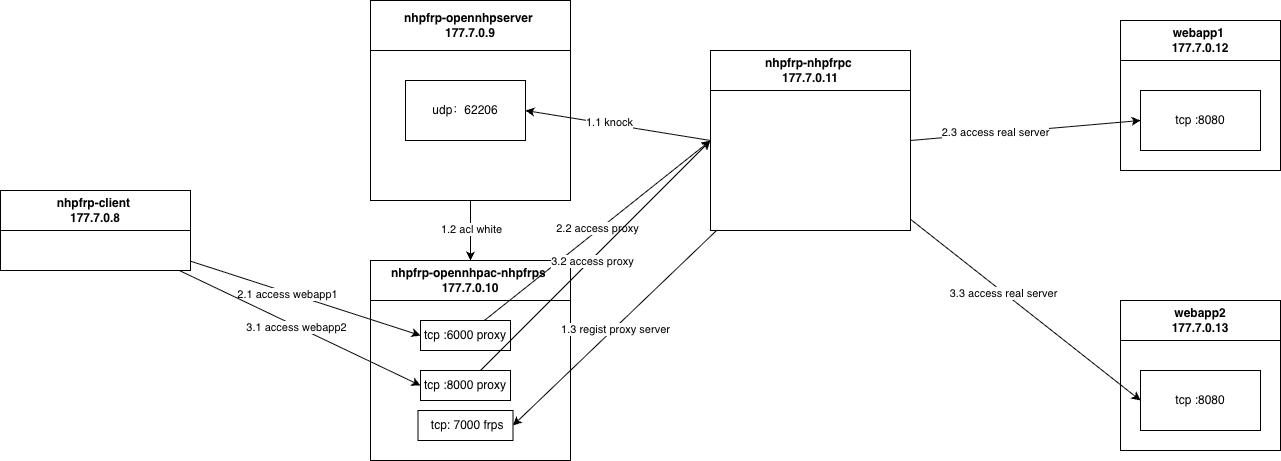
Above: docker/poc.png in xiake468/nhp-frp (draw.io), before the change. Source tidied: cells renumbered, new cells last; positions are measured from the earlier drawing's top-left corner, leaving out a move shared by most shapes. The source it was exported from:
```xml
<mxGraphModel>
  <root>
    <mxCell id="0" />
    <mxCell id="1" parent="0" />
    <mxCell id="2" style="rounded=0;jettySize=auto;html=1;entryX=0;entryY=0.5;entryDx=0;entryDy=0;" parent="1" edge="1" source="6" target="12">
      <mxGeometry relative="1" as="geometry" />
    </mxCell>
    <mxCell id="3" value="2.1 access webapp1" style="edgeLabel;html=1;align=center;verticalAlign=middle;" parent="2" vertex="1">
      <mxGeometry x="-0.16" y="-2" relative="1" as="geometry" />
    </mxCell>
    <mxCell id="4" style="rounded=0;jettySize=auto;html=1;entryX=0;entryY=0.5;entryDx=0;entryDy=0;" parent="1" edge="1" source="6" target="13">
      <mxGeometry relative="1" as="geometry" />
    </mxCell>
    <mxCell id="5" value="3.1 access webapp2" style="edgeLabel;html=1;align=center;verticalAlign=middle;" parent="4" vertex="1">
      <mxGeometry x="-0.02" y="-1" relative="1" as="geometry" />
    </mxCell>
    <mxCell id="6" value="nhpfrp-client&amp;nbsp;&lt;div&gt;177.7.0.8&lt;/div&gt;" style="swimlane;whiteSpace=wrap;html=1;startSize=40;" parent="1" vertex="1">
      <mxGeometry y="190" width="190" height="80" as="geometry" />
    </mxCell>
    <mxCell id="7" style="edgeStyle=orthogonalEdgeStyle;rounded=0;jettySize=auto;html=1;exitX=0.5;exitY=1;exitDx=0;exitDy=0;entryX=0.5;entryY=0;entryDx=0;entryDy=0;" parent="1" edge="1" source="9" target="11">
      <mxGeometry relative="1" as="geometry" />
    </mxCell>
    <mxCell id="8" value="1.2 acl white" style="edgeLabel;html=1;align=center;verticalAlign=middle;" parent="7" vertex="1">
      <mxGeometry x="-0.07" y="1" relative="1" as="geometry">
        <mxPoint x="-1" as="offset" />
      </mxGeometry>
    </mxCell>
    <mxCell id="9" value="nhpfrp-opennhpserver&amp;nbsp;&lt;div&gt;177.7.0.9&lt;/div&gt;" style="swimlane;whiteSpace=wrap;html=1;startSize=50;" parent="1" vertex="1">
      <mxGeometry x="370" width="200" height="200" as="geometry" />
    </mxCell>
    <mxCell id="10" value="udp：62206" style="whiteSpace=wrap;html=1;" parent="9" vertex="1">
      <mxGeometry x="35" y="80" width="120" height="60" as="geometry" />
    </mxCell>
    <mxCell id="11" value="nhpfrp-opennhpac-nhpfrps&amp;nbsp;&lt;div&gt;177.7.0.10&lt;/div&gt;" style="swimlane;whiteSpace=wrap;html=1;startSize=40;" parent="1" vertex="1">
      <mxGeometry x="370" y="260" width="200" height="200" as="geometry" />
    </mxCell>
    <mxCell id="12" value="tcp :6000 proxy" style="whiteSpace=wrap;html=1;" parent="11" vertex="1">
      <mxGeometry x="50" y="60" width="90" height="30" as="geometry" />
    </mxCell>
    <mxCell id="13" value="tcp :8000 proxy" style="whiteSpace=wrap;html=1;" parent="11" vertex="1">
      <mxGeometry x="50" y="110" width="90" height="30" as="geometry" />
    </mxCell>
    <mxCell id="14" value="&amp;nbsp;tcp: 7000 frps" style="whiteSpace=wrap;html=1;" parent="11" vertex="1">
      <mxGeometry x="47.5" y="150" width="95" height="30" as="geometry" />
    </mxCell>
    <mxCell id="15" style="rounded=0;jettySize=auto;html=1;entryX=1;entryY=0.5;entryDx=0;entryDy=0;" parent="1" edge="1" source="23" target="14">
      <mxGeometry relative="1" as="geometry" />
    </mxCell>
    <mxCell id="16" value="1.3 regist proxy server" style="edgeLabel;html=1;align=center;verticalAlign=middle;" parent="15" vertex="1">
      <mxGeometry y="2" relative="1" as="geometry">
        <mxPoint x="-1" as="offset" />
      </mxGeometry>
    </mxCell>
    <mxCell id="17" style="rounded=0;jettySize=auto;html=1;exitX=1;exitY=0.5;exitDx=0;exitDy=0;entryX=0;entryY=0.5;entryDx=0;entryDy=0;" parent="1" edge="1" source="23" target="26">
      <mxGeometry relative="1" as="geometry" />
    </mxCell>
    <mxCell id="18" value="2.3 access real server" style="edgeLabel;html=1;align=center;verticalAlign=middle;" parent="17" vertex="1">
      <mxGeometry x="-0.26" y="1" relative="1" as="geometry" />
    </mxCell>
    <mxCell id="19" style="rounded=0;jettySize=auto;html=1;entryX=0;entryY=0.5;entryDx=0;entryDy=0;" parent="1" edge="1" source="23" target="27">
      <mxGeometry relative="1" as="geometry" />
    </mxCell>
    <mxCell id="20" value="3.3 access real server" style="edgeLabel;html=1;align=center;verticalAlign=middle;" parent="19" vertex="1">
      <mxGeometry x="-0.19" y="-1" relative="1" as="geometry" />
    </mxCell>
    <mxCell id="21" style="rounded=0;jettySize=auto;html=1;exitX=0;exitY=0.5;exitDx=0;exitDy=0;entryX=1;entryY=0.5;entryDx=0;entryDy=0;" parent="1" edge="1" source="23" target="10">
      <mxGeometry relative="1" as="geometry" />
    </mxCell>
    <mxCell id="22" value="1.1 knock" style="edgeLabel;html=1;align=center;verticalAlign=middle;" parent="21" vertex="1">
      <mxGeometry x="0.09" y="-2" relative="1" as="geometry" />
    </mxCell>
    <mxCell id="23" value="nhpfrp-nhpfrpc&amp;nbsp;&lt;div&gt;177.7.0.11&lt;/div&gt;" style="swimlane;whiteSpace=wrap;html=1;startSize=40;" parent="1" vertex="1">
      <mxGeometry x="710" y="50" width="200" height="180" as="geometry" />
    </mxCell>
    <mxCell id="24" value="webapp1&amp;nbsp;&lt;div&gt;177.7.0.12&lt;/div&gt;" style="swimlane;whiteSpace=wrap;html=1;startSize=40;" parent="1" vertex="1">
      <mxGeometry x="1120" y="20" width="160" height="150" as="geometry" />
    </mxCell>
    <mxCell id="25" value="webapp2&lt;br&gt;&lt;div&gt;177.7.0.13&lt;/div&gt;" style="swimlane;whiteSpace=wrap;html=1;startSize=40;" parent="1" vertex="1">
      <mxGeometry x="1120" y="300" width="160" height="150" as="geometry" />
    </mxCell>
    <mxCell id="26" value="tcp :8080" style="whiteSpace=wrap;html=1;" parent="1" vertex="1">
      <mxGeometry x="1140" y="90" width="120" height="60" as="geometry" />
    </mxCell>
    <mxCell id="27" value="tcp :8080" style="whiteSpace=wrap;html=1;" parent="1" vertex="1">
      <mxGeometry x="1140" y="370" width="120" height="60" as="geometry" />
    </mxCell>
    <mxCell id="28" style="rounded=0;jettySize=auto;html=1;entryX=0;entryY=0.5;entryDx=0;entryDy=0;" parent="1" edge="1" source="12" target="23">
      <mxGeometry relative="1" as="geometry" />
    </mxCell>
    <mxCell id="29" value="2.2 access proxy" style="edgeLabel;html=1;align=center;verticalAlign=middle;" parent="28" vertex="1">
      <mxGeometry x="0.01" y="2" relative="1" as="geometry" />
    </mxCell>
    <mxCell id="30" style="rounded=0;jettySize=auto;html=1;entryX=0;entryY=0.5;entryDx=0;entryDy=0;" parent="1" edge="1" source="13" target="23">
      <mxGeometry relative="1" as="geometry" />
    </mxCell>
    <mxCell id="31" value="3.2 access proxy" style="edgeLabel;html=1;align=center;verticalAlign=middle;" parent="30" vertex="1">
      <mxGeometry x="-0.04" y="-1" relative="1" as="geometry" />
    </mxCell>
  </root>
</mxGraphModel>
```
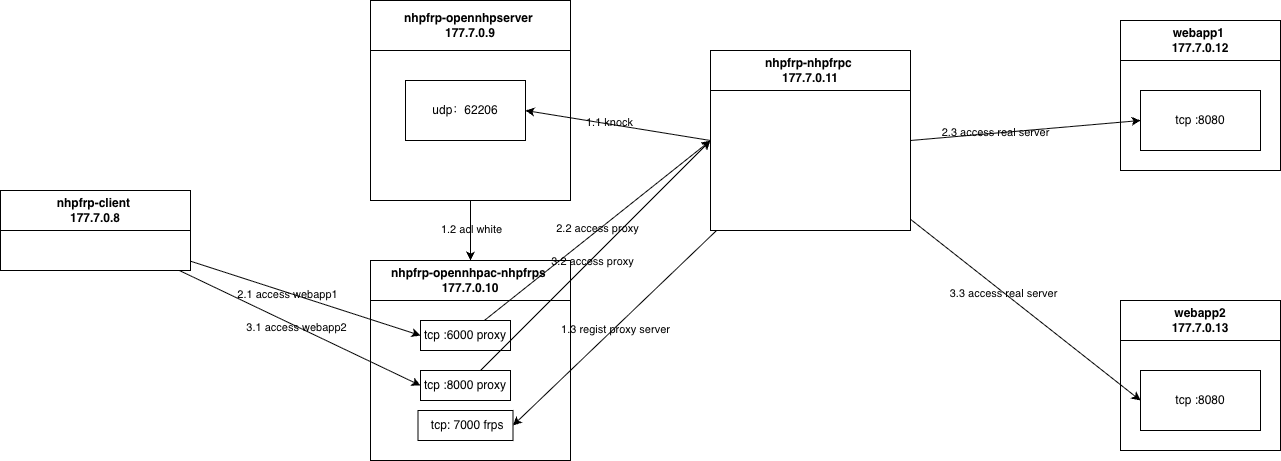
After the commit.

The edit, as a diff of the source:
```diff
@@ -1,99 +1,99 @@
-<mxGraphModel>
+<mxGraphModel background="light-dark(#FFFFFF,#FFFFFF)">
   <root>
     <mxCell id="0" />
     <mxCell id="1" parent="0" />
-    <mxCell id="2" style="rounded=0;jettySize=auto;html=1;entryX=0;entryY=0.5;entryDx=0;entryDy=0;" parent="1" edge="1" source="6" target="12">
+    <mxCell id="2" style="rounded=0;jettySize=auto;html=1;entryX=0;entryY=0.5;entryDx=0;entryDy=0;labelBackgroundColor=none;fontColor=default;" parent="1" edge="1" source="6" target="12">
       <mxGeometry relative="1" as="geometry" />
     </mxCell>
-    <mxCell id="3" value="2.1 access webapp1" style="edgeLabel;html=1;align=center;verticalAlign=middle;" parent="2" vertex="1">
+    <mxCell id="3" value="2.1 access webapp1" style="edgeLabel;html=1;align=center;verticalAlign=middle;labelBackgroundColor=none;" parent="2" vertex="1">
       <mxGeometry x="-0.16" y="-2" relative="1" as="geometry" />
     </mxCell>
-    <mxCell id="4" style="rounded=0;jettySize=auto;html=1;entryX=0;entryY=0.5;entryDx=0;entryDy=0;" parent="1" edge="1" source="6" target="13">
+    <mxCell id="4" style="rounded=0;jettySize=auto;html=1;entryX=0;entryY=0.5;entryDx=0;entryDy=0;labelBackgroundColor=none;fontColor=default;" parent="1" edge="1" source="6" target="13">
       <mxGeometry relative="1" as="geometry" />
     </mxCell>
-    <mxCell id="5" value="3.1 access webapp2" style="edgeLabel;html=1;align=center;verticalAlign=middle;" parent="4" vertex="1">
+    <mxCell id="5" value="3.1 access webapp2" style="edgeLabel;html=1;align=center;verticalAlign=middle;labelBackgroundColor=none;" parent="4" vertex="1">
       <mxGeometry x="-0.02" y="-1" relative="1" as="geometry" />
     </mxCell>
-    <mxCell id="6" value="nhpfrp-client&amp;nbsp;&lt;div&gt;177.7.0.8&lt;/div&gt;" style="swimlane;whiteSpace=wrap;html=1;startSize=40;" parent="1" vertex="1">
+    <mxCell id="6" value="nhpfrp-client&amp;nbsp;&lt;div&gt;177.7.0.8&lt;/div&gt;" style="swimlane;whiteSpace=wrap;html=1;startSize=40;labelBackgroundColor=none;" parent="1" vertex="1">
       <mxGeometry y="190" width="190" height="80" as="geometry" />
     </mxCell>
-    <mxCell id="7" style="edgeStyle=orthogonalEdgeStyle;rounded=0;jettySize=auto;html=1;exitX=0.5;exitY=1;exitDx=0;exitDy=0;entryX=0.5;entryY=0;entryDx=0;entryDy=0;" parent="1" edge="1" source="9" target="11">
+    <mxCell id="7" style="edgeStyle=orthogonalEdgeStyle;rounded=0;jettySize=auto;html=1;exitX=0.5;exitY=1;exitDx=0;exitDy=0;entryX=0.5;entryY=0;entryDx=0;entryDy=0;labelBackgroundColor=none;fontColor=default;" parent="1" edge="1" source="9" target="11">
       <mxGeometry relative="1" as="geometry" />
     </mxCell>
-    <mxCell id="8" value="1.2 acl white" style="edgeLabel;html=1;align=center;verticalAlign=middle;" parent="7" vertex="1">
+    <mxCell id="8" value="1.2 acl white" style="edgeLabel;html=1;align=center;verticalAlign=middle;labelBackgroundColor=none;" parent="7" vertex="1">
       <mxGeometry x="-0.07" y="1" relative="1" as="geometry">
         <mxPoint x="-1" as="offset" />
       </mxGeometry>
     </mxCell>
-    <mxCell id="9" value="nhpfrp-opennhpserver&amp;nbsp;&lt;div&gt;177.7.0.9&lt;/div&gt;" style="swimlane;whiteSpace=wrap;html=1;startSize=50;" parent="1" vertex="1">
+    <mxCell id="9" value="nhpfrp-opennhpserver&amp;nbsp;&lt;div&gt;177.7.0.9&lt;/div&gt;" style="swimlane;whiteSpace=wrap;html=1;startSize=50;labelBackgroundColor=none;" parent="1" vertex="1">
       <mxGeometry x="370" width="200" height="200" as="geometry" />
     </mxCell>
-    <mxCell id="10" value="udp：62206" style="whiteSpace=wrap;html=1;" parent="9" vertex="1">
+    <mxCell id="10" value="udp：62206" style="whiteSpace=wrap;html=1;labelBackgroundColor=none;" parent="9" vertex="1">
       <mxGeometry x="35" y="80" width="120" height="60" as="geometry" />
     </mxCell>
-    <mxCell id="11" value="nhpfrp-opennhpac-nhpfrps&amp;nbsp;&lt;div&gt;177.7.0.10&lt;/div&gt;" style="swimlane;whiteSpace=wrap;html=1;startSize=40;" parent="1" vertex="1">
+    <mxCell id="11" value="nhpfrp-opennhpac-nhpfrps&amp;nbsp;&lt;div&gt;177.7.0.10&lt;/div&gt;" style="swimlane;whiteSpace=wrap;html=1;startSize=40;labelBackgroundColor=none;" parent="1" vertex="1">
       <mxGeometry x="370" y="260" width="200" height="200" as="geometry" />
     </mxCell>
-    <mxCell id="12" value="tcp :6000 proxy" style="whiteSpace=wrap;html=1;" parent="11" vertex="1">
+    <mxCell id="12" value="tcp :6000 proxy" style="whiteSpace=wrap;html=1;labelBackgroundColor=none;" parent="11" vertex="1">
       <mxGeometry x="50" y="60" width="90" height="30" as="geometry" />
     </mxCell>
-    <mxCell id="13" value="tcp :8000 proxy" style="whiteSpace=wrap;html=1;" parent="11" vertex="1">
+    <mxCell id="13" value="tcp :8000 proxy" style="whiteSpace=wrap;html=1;labelBackgroundColor=none;" parent="11" vertex="1">
       <mxGeometry x="50" y="110" width="90" height="30" as="geometry" />
     </mxCell>
-    <mxCell id="14" value="&amp;nbsp;tcp: 7000 frps" style="whiteSpace=wrap;html=1;" parent="11" vertex="1">
+    <mxCell id="14" value="&amp;nbsp;tcp: 7000 frps" style="whiteSpace=wrap;html=1;labelBackgroundColor=none;" parent="11" vertex="1">
       <mxGeometry x="47.5" y="150" width="95" height="30" as="geometry" />
     </mxCell>
-    <mxCell id="15" style="rounded=0;jettySize=auto;html=1;entryX=1;entryY=0.5;entryDx=0;entryDy=0;" parent="1" edge="1" source="23" target="14">
+    <mxCell id="15" style="rounded=0;jettySize=auto;html=1;entryX=1;entryY=0.5;entryDx=0;entryDy=0;labelBackgroundColor=none;fontColor=default;" parent="1" edge="1" source="23" target="14">
       <mxGeometry relative="1" as="geometry" />
     </mxCell>
-    <mxCell id="16" value="1.3 regist proxy server" style="edgeLabel;html=1;align=center;verticalAlign=middle;" parent="15" vertex="1">
+    <mxCell id="16" value="1.3 regist proxy server" style="edgeLabel;html=1;align=center;verticalAlign=middle;labelBackgroundColor=none;" parent="15" vertex="1">
       <mxGeometry y="2" relative="1" as="geometry">
         <mxPoint x="-1" as="offset" />
       </mxGeometry>
     </mxCell>
-    <mxCell id="17" style="rounded=0;jettySize=auto;html=1;exitX=1;exitY=0.5;exitDx=0;exitDy=0;entryX=0;entryY=0.5;entryDx=0;entryDy=0;" parent="1" edge="1" source="23" target="26">
+    <mxCell id="17" style="rounded=0;jettySize=auto;html=1;exitX=1;exitY=0.5;exitDx=0;exitDy=0;entryX=0;entryY=0.5;entryDx=0;entryDy=0;labelBackgroundColor=none;fontColor=default;" parent="1" edge="1" source="23" target="26">
       <mxGeometry relative="1" as="geometry" />
     </mxCell>
-    <mxCell id="18" value="2.3 access real server" style="edgeLabel;html=1;align=center;verticalAlign=middle;" parent="17" vertex="1">
+    <mxCell id="18" value="2.3 access real server" style="edgeLabel;html=1;align=center;verticalAlign=middle;labelBackgroundColor=none;" parent="17" vertex="1">
       <mxGeometry x="-0.26" y="1" relative="1" as="geometry" />
     </mxCell>
-    <mxCell id="19" style="rounded=0;jettySize=auto;html=1;entryX=0;entryY=0.5;entryDx=0;entryDy=0;" parent="1" edge="1" source="23" target="27">
+    <mxCell id="19" style="rounded=0;jettySize=auto;html=1;entryX=0;entryY=0.5;entryDx=0;entryDy=0;labelBackgroundColor=none;fontColor=default;" parent="1" edge="1" source="23" target="27">
       <mxGeometry relative="1" as="geometry" />
     </mxCell>
-    <mxCell id="20" value="3.3 access real server" style="edgeLabel;html=1;align=center;verticalAlign=middle;" parent="19" vertex="1">
+    <mxCell id="20" value="3.3 access real server" style="edgeLabel;html=1;align=center;verticalAlign=middle;labelBackgroundColor=none;" parent="19" vertex="1">
       <mxGeometry x="-0.19" y="-1" relative="1" as="geometry" />
     </mxCell>
-    <mxCell id="21" style="rounded=0;jettySize=auto;html=1;exitX=0;exitY=0.5;exitDx=0;exitDy=0;entryX=1;entryY=0.5;entryDx=0;entryDy=0;" parent="1" edge="1" source="23" target="10">
+    <mxCell id="21" style="rounded=0;jettySize=auto;html=1;exitX=0;exitY=0.5;exitDx=0;exitDy=0;entryX=1;entryY=0.5;entryDx=0;entryDy=0;labelBackgroundColor=none;fontColor=default;" parent="1" edge="1" source="23" target="10">
       <mxGeometry relative="1" as="geometry" />
     </mxCell>
-    <mxCell id="22" value="1.1 knock" style="edgeLabel;html=1;align=center;verticalAlign=middle;" parent="21" vertex="1">
+    <mxCell id="22" value="1.1 knock" style="edgeLabel;html=1;align=center;verticalAlign=middle;labelBackgroundColor=none;" parent="21" vertex="1">
       <mxGeometry x="0.09" y="-2" relative="1" as="geometry" />
     </mxCell>
-    <mxCell id="23" value="nhpfrp-nhpfrpc&amp;nbsp;&lt;div&gt;177.7.0.11&lt;/div&gt;" style="swimlane;whiteSpace=wrap;html=1;startSize=40;" parent="1" vertex="1">
+    <mxCell id="23" value="nhpfrp-nhpfrpc&amp;nbsp;&lt;div&gt;177.7.0.11&lt;/div&gt;" style="swimlane;whiteSpace=wrap;html=1;startSize=40;labelBackgroundColor=none;" parent="1" vertex="1">
       <mxGeometry x="710" y="50" width="200" height="180" as="geometry" />
     </mxCell>
-    <mxCell id="24" value="webapp1&amp;nbsp;&lt;div&gt;177.7.0.12&lt;/div&gt;" style="swimlane;whiteSpace=wrap;html=1;startSize=40;" parent="1" vertex="1">
+    <mxCell id="24" value="webapp1&amp;nbsp;&lt;div&gt;177.7.0.12&lt;/div&gt;" style="swimlane;whiteSpace=wrap;html=1;startSize=40;labelBackgroundColor=none;" parent="1" vertex="1">
       <mxGeometry x="1120" y="20" width="160" height="150" as="geometry" />
     </mxCell>
-    <mxCell id="25" value="webapp2&lt;br&gt;&lt;div&gt;177.7.0.13&lt;/div&gt;" style="swimlane;whiteSpace=wrap;html=1;startSize=40;" parent="1" vertex="1">
+    <mxCell id="25" value="webapp2&lt;br&gt;&lt;div&gt;177.7.0.13&lt;/div&gt;" style="swimlane;whiteSpace=wrap;html=1;startSize=40;labelBackgroundColor=none;" parent="1" vertex="1">
       <mxGeometry x="1120" y="300" width="160" height="150" as="geometry" />
     </mxCell>
-    <mxCell id="26" value="tcp :8080" style="whiteSpace=wrap;html=1;" parent="1" vertex="1">
+    <mxCell id="26" value="tcp :8080" style="whiteSpace=wrap;html=1;labelBackgroundColor=none;" parent="1" vertex="1">
       <mxGeometry x="1140" y="90" width="120" height="60" as="geometry" />
     </mxCell>
-    <mxCell id="27" value="tcp :8080" style="whiteSpace=wrap;html=1;" parent="1" vertex="1">
+    <mxCell id="27" value="tcp :8080" style="whiteSpace=wrap;html=1;labelBackgroundColor=none;" parent="1" vertex="1">
       <mxGeometry x="1140" y="370" width="120" height="60" as="geometry" />
     </mxCell>
-    <mxCell id="28" style="rounded=0;jettySize=auto;html=1;entryX=0;entryY=0.5;entryDx=0;entryDy=0;" parent="1" edge="1" source="12" target="23">
+    <mxCell id="28" style="rounded=0;jettySize=auto;html=1;entryX=0;entryY=0.5;entryDx=0;entryDy=0;labelBackgroundColor=none;fontColor=default;" parent="1" edge="1" source="12" target="23">
       <mxGeometry relative="1" as="geometry" />
     </mxCell>
-    <mxCell id="29" value="2.2 access proxy" style="edgeLabel;html=1;align=center;verticalAlign=middle;" parent="28" vertex="1">
+    <mxCell id="29" value="2.2 access proxy" style="edgeLabel;html=1;align=center;verticalAlign=middle;labelBackgroundColor=none;" parent="28" vertex="1">
       <mxGeometry x="0.01" y="2" relative="1" as="geometry" />
     </mxCell>
-    <mxCell id="30" style="rounded=0;jettySize=auto;html=1;entryX=0;entryY=0.5;entryDx=0;entryDy=0;" parent="1" edge="1" source="13" target="23">
+    <mxCell id="30" style="rounded=0;jettySize=auto;html=1;entryX=0;entryY=0.5;entryDx=0;entryDy=0;labelBackgroundColor=none;fontColor=default;" parent="1" edge="1" source="13" target="23">
       <mxGeometry relative="1" as="geometry" />
     </mxCell>
-    <mxCell id="31" value="3.2 access proxy" style="edgeLabel;html=1;align=center;verticalAlign=middle;" parent="30" vertex="1">
+    <mxCell id="31" value="3.2 access proxy" style="edgeLabel;html=1;align=center;verticalAlign=middle;labelBackgroundColor=none;" parent="30" vertex="1">
       <mxGeometry x="-0.04" y="-1" relative="1" as="geometry" />
     </mxCell>
   </root>
```
